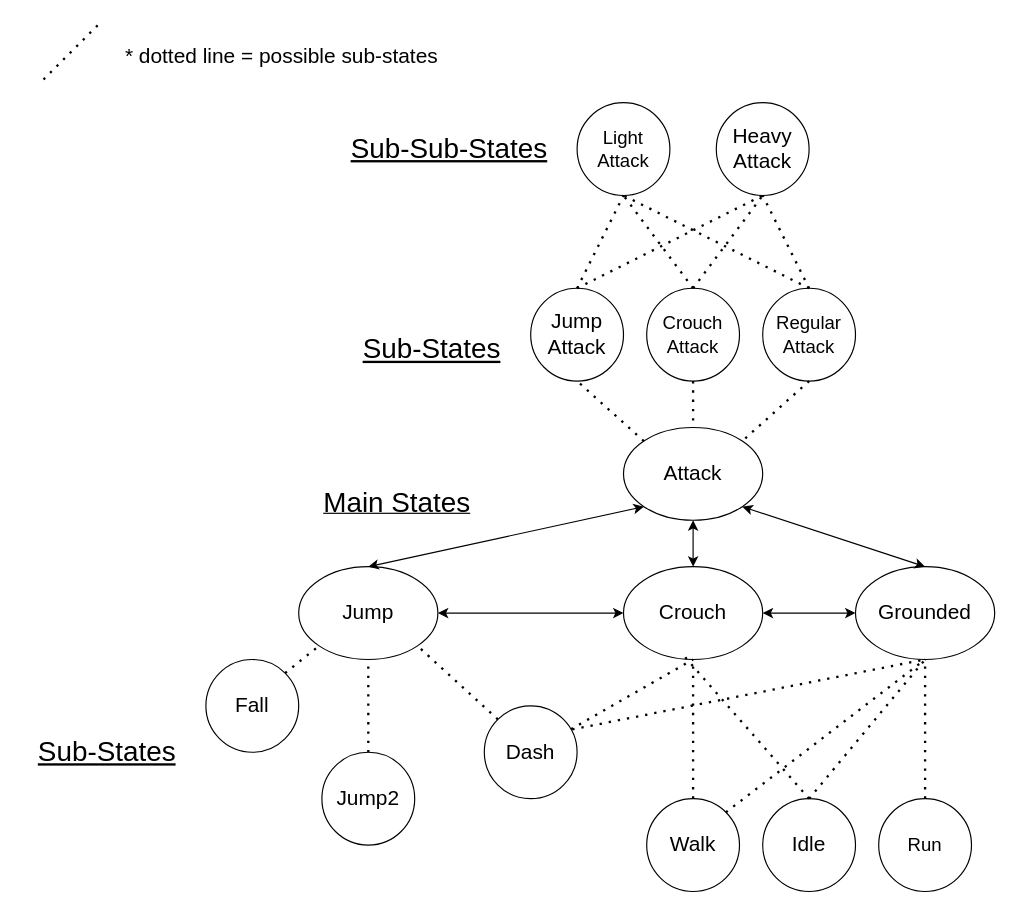
HolyTrie/Dark-Times-In-Sherwood keeps this draw.io diagram as SFMSolution.drawio. Above is the earlier version. Source tidied: cells renumbered, new cells numbered last; positions are measured from the earlier drawing's top-left corner, leaving out a move shared by most shapes. Both pictures are drawn from the tidied source at 116%, with x=0, y=0 at pixel (20, 21).
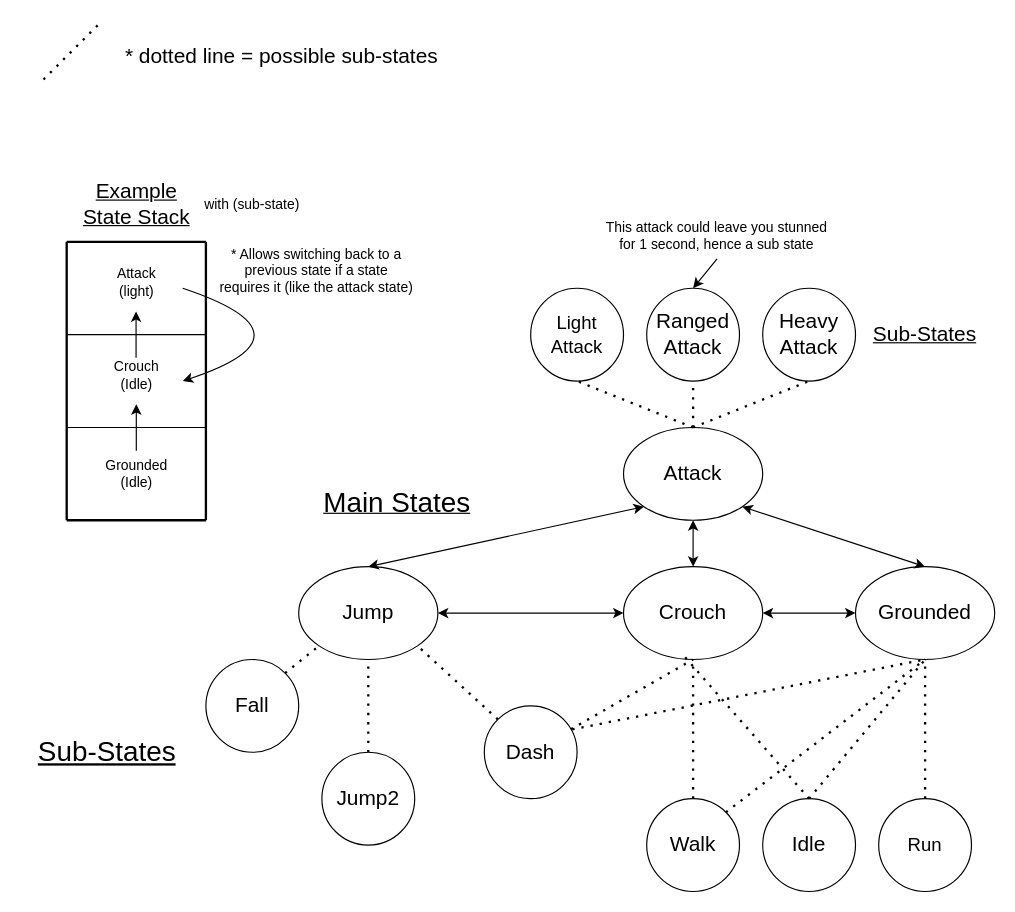
After the change.

The change refers to these unchanged cells:
```xml
<mxCell id="23" value="&lt;font style=&quot;font-size: 18px;&quot;&gt;Attack&lt;/font&gt;" style="ellipse;whiteSpace=wrap;html=1;" parent="1" vertex="1">
  <mxGeometry x="520" y="350" width="120" height="80" as="geometry" />
</mxCell>
```

Change to the diagram source:
```diff
@@
-    <mxCell id="27" value="&lt;font style=&quot;font-size: 18px;&quot;&gt;Jump&lt;br&gt;Attack&lt;/font&gt;" style="ellipse;whiteSpace=wrap;html=1;" parent="1" vertex="1">
-      <mxGeometry x="440" y="230" width="80" height="80" as="geometry" />
-    </mxCell>
     <mxCell id="28" value="&lt;font style=&quot;font-size: 18px;&quot;&gt;Heavy&lt;br&gt;Attack&lt;/font&gt;" style="ellipse;whiteSpace=wrap;html=1;" parent="1" vertex="1">
-      <mxGeometry x="600" y="70" width="80" height="80" as="geometry" />
+      <mxGeometry x="640" y="230" width="80" height="80" as="geometry" />
     </mxCell>
-    <mxCell id="29" value="&lt;font size=&quot;3&quot;&gt;Crouch&lt;br&gt;Attack&lt;br&gt;&lt;/font&gt;" style="ellipse;whiteSpace=wrap;html=1;" parent="1" vertex="1">
-      <mxGeometry x="540" y="230" width="80" height="80" as="geometry" />
-    </mxCell>
     <mxCell id="30" value="&lt;font size=&quot;3&quot;&gt;Light&lt;br&gt;Attack&lt;br&gt;&lt;/font&gt;" style="ellipse;whiteSpace=wrap;html=1;" parent="1" vertex="1">
-      <mxGeometry x="480" y="70" width="80" height="80" as="geometry" />
+      <mxGeometry x="440" y="230" width="80" height="80" as="geometry" />
     </mxCell>
-    <mxCell id="31" value="&lt;font size=&quot;3&quot;&gt;Regular&lt;br&gt;Attack&lt;br&gt;&lt;/font&gt;" style="ellipse;whiteSpace=wrap;html=1;" parent="1" vertex="1">
-      <mxGeometry x="640" y="230" width="80" height="80" as="geometry" />
-    </mxCell>
-    <mxCell id="32" style="endArrow=none;dashed=1;html=1;dashPattern=1 3;strokeWidth=2;rounded=0;exitX=0.5;exitY=1;exitDx=0;exitDy=0;entryX=1;entryY=0;entryDx=0;entryDy=0;" parent="1" edge="1" source="31" target="23">
-      <mxGeometry relative="1" as="geometry" />
-    </mxCell>
-    <mxCell id="33" style="endArrow=none;dashed=1;html=1;dashPattern=1 3;strokeWidth=2;rounded=0;exitX=0.5;exitY=1;exitDx=0;exitDy=0;entryX=0.5;entryY=0;entryDx=0;entryDy=0;" parent="1" edge="1" source="29" target="23">
-      <mxGeometry relative="1" as="geometry" />
-    </mxCell>
-    <mxCell id="34" style="endArrow=none;dashed=1;html=1;dashPattern=1 3;strokeWidth=2;rounded=0;exitX=0;exitY=0;exitDx=0;exitDy=0;entryX=0.5;entryY=1;entryDx=0;entryDy=0;" parent="1" edge="1" source="23" target="27">
-      <mxGeometry relative="1" as="geometry" />
-    </mxCell>
-    <mxCell id="35" style="endArrow=none;dashed=1;html=1;dashPattern=1 3;strokeWidth=2;rounded=0;exitX=0.5;exitY=0;exitDx=0;exitDy=0;entryX=0.5;entryY=1;entryDx=0;entryDy=0;" parent="1" edge="1" source="29" target="28">
-      <mxGeometry relative="1" as="geometry" />
+    <mxCell id="35" style="endArrow=none;dashed=1;html=1;dashPattern=1 3;strokeWidth=2;rounded=0;exitX=0.5;exitY=0;exitDx=0;exitDy=0;entryX=0.5;entryY=1;entryDx=0;entryDy=0;" parent="1" edge="1" target="28">
+      <mxGeometry relative="1" as="geometry">
+        <mxPoint x="580" y="350" as="sourcePoint" />
+      </mxGeometry>
     </mxCell>
-    <mxCell id="36" style="endArrow=none;dashed=1;html=1;dashPattern=1 3;strokeWidth=2;rounded=0;exitX=0.5;exitY=0;exitDx=0;exitDy=0;entryX=0.5;entryY=1;entryDx=0;entryDy=0;" parent="1" edge="1" source="31" target="28">
-      <mxGeometry relative="1" as="geometry" />
-    </mxCell>
-    <mxCell id="37" style="endArrow=none;dashed=1;html=1;dashPattern=1 3;strokeWidth=2;rounded=0;exitX=0.5;exitY=0;exitDx=0;exitDy=0;" parent="1" edge="1" source="27">
-      <mxGeometry relative="1" as="geometry">
-        <mxPoint x="640" y="150" as="targetPoint" />
-      </mxGeometry>
-    </mxCell>
-    <mxCell id="38" style="endArrow=none;dashed=1;html=1;dashPattern=1 3;strokeWidth=2;rounded=0;exitX=0.5;exitY=0;exitDx=0;exitDy=0;entryX=0.5;entryY=1;entryDx=0;entryDy=0;" parent="1" edge="1" source="31" target="30">
-      <mxGeometry relative="1" as="geometry" />
-    </mxCell>
-    <mxCell id="39" style="endArrow=none;dashed=1;html=1;dashPattern=1 3;strokeWidth=2;rounded=0;exitX=0.5;exitY=0;exitDx=0;exitDy=0;" parent="1" edge="1" source="29">
+    <mxCell id="39" style="endArrow=none;dashed=1;html=1;dashPattern=1 3;strokeWidth=2;rounded=0;entryX=0.5;entryY=1;entryDx=0;entryDy=0;" parent="1" edge="1" target="30">
       <mxGeometry relative="1" as="geometry">
-        <mxPoint x="520" y="150" as="targetPoint" />
+        <mxPoint x="580" y="350" as="sourcePoint" />
       </mxGeometry>
     </mxCell>
-    <mxCell id="40" style="endArrow=none;dashed=1;html=1;dashPattern=1 3;strokeWidth=2;rounded=0;exitX=0.5;exitY=0;exitDx=0;exitDy=0;entryX=0.5;entryY=1;entryDx=0;entryDy=0;" parent="1" edge="1" source="27" target="30">
-      <mxGeometry relative="1" as="geometry" />
-    </mxCell>
@@
-    <mxCell id="43" value="&lt;font style=&quot;font-size: 24px;&quot;&gt;&lt;u&gt;Sub-States&lt;/u&gt;&lt;/font&gt;" style="text;html=1;strokeColor=none;fillColor=none;align=center;verticalAlign=middle;whiteSpace=wrap;rounded=0;" parent="1" vertex="1">
-      <mxGeometry x="280" y="265" width="150" height="35" as="geometry" />
+    <mxCell id="43" value="&lt;font style=&quot;font-size: 18px;&quot;&gt;&lt;u&gt;Sub-States&lt;/u&gt;&lt;/font&gt;" style="text;html=1;strokeColor=none;fillColor=none;align=center;verticalAlign=middle;whiteSpace=wrap;rounded=0;" parent="1" vertex="1">
+      <mxGeometry x="720" y="252.5" width="120" height="35" as="geometry" />
     </mxCell>
-    <mxCell id="44" value="&lt;font style=&quot;font-size: 24px;&quot;&gt;&lt;u&gt;Sub-Sub-States&lt;/u&gt;&lt;/font&gt;" style="text;html=1;strokeColor=none;fillColor=none;align=center;verticalAlign=middle;whiteSpace=wrap;rounded=0;" parent="1" vertex="1">
-      <mxGeometry x="280" y="92.5" width="180" height="35" as="geometry" />
-    </mxCell>
@@
+    <mxCell id="47" value="This attack could leave you stunned&lt;br&gt; for 1 second, hence a sub state" style="text;html=1;align=center;verticalAlign=middle;points=[];strokeColor=none;fillColor=none;" parent="1" vertex="1">
+      <mxGeometry x="490" y="165" width="220" height="40" as="geometry" />
+    </mxCell>
+    <mxCell id="48" style="endArrow=none;html=1;rounded=0;strokeWidth=2;" parent="1" edge="1">
+      <mxGeometry relative="1" as="geometry">
+        <mxPoint x="40" y="430" as="sourcePoint" />
+        <mxPoint x="40" y="190" as="targetPoint" />
+      </mxGeometry>
+    </mxCell>
+    <mxCell id="49" style="endArrow=none;html=1;rounded=0;fontStyle=0;strokeWidth=2;" parent="1" edge="1">
+      <mxGeometry relative="1" as="geometry">
+        <mxPoint x="40" y="430" as="sourcePoint" />
+        <mxPoint x="160" y="430" as="targetPoint" />
+      </mxGeometry>
+    </mxCell>
+    <mxCell id="50" style="endArrow=none;html=1;rounded=0;strokeWidth=2;" parent="1" edge="1">
+      <mxGeometry relative="1" as="geometry">
+        <mxPoint x="160" y="430" as="sourcePoint" />
+        <mxPoint x="160" y="190" as="targetPoint" />
+      </mxGeometry>
+    </mxCell>
+    <mxCell id="51" style="endArrow=none;html=1;rounded=0;" parent="1" edge="1">
+      <mxGeometry relative="1" as="geometry">
+        <mxPoint x="40" y="350" as="sourcePoint" />
+        <mxPoint x="160" y="350" as="targetPoint" />
+      </mxGeometry>
+    </mxCell>
+    <mxCell id="52" style="endArrow=none;html=1;rounded=0;" parent="1" edge="1">
+      <mxGeometry relative="1" as="geometry">
+        <mxPoint x="40" y="270" as="sourcePoint" />
+        <mxPoint x="160" y="270" as="targetPoint" />
+      </mxGeometry>
+    </mxCell>
+    <mxCell id="53" value="&lt;u&gt;&lt;font style=&quot;font-size: 18px;&quot;&gt;Example&lt;br&gt;State Stack&lt;/font&gt;&lt;/u&gt;" style="text;html=1;align=center;verticalAlign=middle;strokeColor=none;fillColor=none;" parent="1" vertex="1">
+      <mxGeometry x="40" y="127.5" width="120" height="60" as="geometry" />
+    </mxCell>
+    <mxCell id="54" style="endArrow=none;html=1;rounded=0;strokeWidth=2;" parent="1" edge="1">
+      <mxGeometry relative="1" as="geometry">
+        <mxPoint x="160" y="190" as="sourcePoint" />
+        <mxPoint x="40" y="190" as="targetPoint" />
+      </mxGeometry>
+    </mxCell>
+    <mxCell id="55" style="endArrow=classic;html=1;rounded=0;" parent="1" edge="1">
+      <mxGeometry relative="1" as="geometry">
+        <mxPoint x="100" y="370" as="sourcePoint" />
+        <mxPoint x="100" y="330" as="targetPoint" />
+      </mxGeometry>
+    </mxCell>
+    <mxCell id="56" style="endArrow=classic;html=1;rounded=0;" parent="1" edge="1">
+      <mxGeometry relative="1" as="geometry">
+        <mxPoint x="99.8" y="290" as="sourcePoint" />
+        <mxPoint x="99.8" y="250" as="targetPoint" />
+      </mxGeometry>
+    </mxCell>
+    <mxCell id="57" value="Grounded&lt;br&gt;(Idle)" style="text;html=1;align=center;verticalAlign=middle;strokeColor=none;fillColor=none;" parent="1" vertex="1">
+      <mxGeometry x="60" y="370" width="80" height="40" as="geometry" />
+    </mxCell>
+    <mxCell id="58" value="Crouch&lt;br&gt;(Idle)" style="text;html=1;align=center;verticalAlign=middle;strokeColor=none;fillColor=none;" parent="1" vertex="1">
+      <mxGeometry x="70" y="285" width="60" height="40" as="geometry" />
+    </mxCell>
+    <mxCell id="59" value="Attack&lt;br&gt;(light)" style="text;html=1;align=center;verticalAlign=middle;strokeColor=none;fillColor=none;" parent="1" vertex="1">
+      <mxGeometry x="70" y="205" width="60" height="40" as="geometry" />
+    </mxCell>
+    <mxCell id="60" style="curved=1;endArrow=classic;html=1;rounded=0;" parent="1" edge="1">
+      <mxGeometry relative="1" as="geometry">
+        <mxPoint x="140" y="230" as="sourcePoint" />
+        <mxPoint x="140" y="310" as="targetPoint" />
+        <Array as="points">
+          <mxPoint x="260" y="270" />
+        </Array>
+      </mxGeometry>
+    </mxCell>
+    <mxCell id="61" value="&lt;font style=&quot;font-size: 12px;&quot;&gt;* Allows switching back to a &lt;br&gt;previous state if a state &lt;br&gt;requires it (like the attack state)&lt;br&gt;&lt;/font&gt;" style="text;html=1;align=center;verticalAlign=middle;strokeColor=none;fillColor=none;" parent="1" vertex="1">
+      <mxGeometry x="160" y="185" width="190" height="60" as="geometry" />
+    </mxCell>
+    <mxCell id="62" value="with (sub-state)" style="text;html=1;strokeColor=none;fillColor=none;align=center;verticalAlign=middle;whiteSpace=wrap;rounded=0;" parent="1" vertex="1">
+      <mxGeometry x="150" y="142.5" width="100" height="30" as="geometry" />
+    </mxCell>
+    <mxCell id="63" value="&lt;font style=&quot;font-size: 18px;&quot;&gt;Ranged&lt;br&gt;Attack&lt;/font&gt;" style="ellipse;whiteSpace=wrap;html=1;" parent="1" vertex="1">
+      <mxGeometry x="540" y="230" width="80" height="80" as="geometry" />
+    </mxCell>
+    <mxCell id="64" style="endArrow=none;dashed=1;html=1;dashPattern=1 3;strokeWidth=2;rounded=0;exitX=0.5;exitY=0;exitDx=0;exitDy=0;entryX=0.5;entryY=1;entryDx=0;entryDy=0;" parent="1" edge="1" source="23" target="63">
+      <mxGeometry relative="1" as="geometry" />
+    </mxCell>
+    <mxCell id="65" style="endArrow=classic;html=1;rounded=0;exitX=0.503;exitY=0.994;exitDx=0;exitDy=0;exitPerimeter=0;entryX=0.5;entryY=0;entryDx=0;entryDy=0;" parent="1" edge="1" source="47" target="63">
+      <mxGeometry relative="1" as="geometry" />
+    </mxCell>
```
